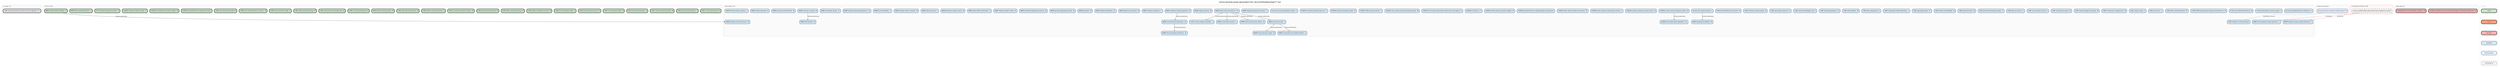
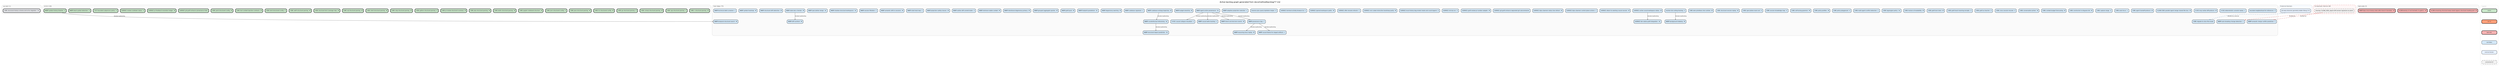
digraph backlog {
  rankdir=TB
  fontname="Helvetica"
  label="Active backlog graph generated from docs/method/backlog/*/*.md"
  labelloc=t
  fontsize=12
  node [shape=box style="rounded,filled" fontname="Helvetica" fontsize=8 margin="0.1,0.05" height=0.35]
  edge [color="#666666" arrowsize=0.5 fontname="Helvetica" fontsize=7]
  newrank=true
  ranksep=0.55
  nodesep=0.2

  subgraph cluster_up_next {
    label="up-next (1)" labeljust=l fontsize=9 fontcolor="#555555"
    style=rounded color="#cccccc" bgcolor="#fafafa"
    up_next_CORE_structural_history_schema_and_echo_migration [label="CORE-structural-history-schema-and-echo-migration - XL" fillcolor="#E5E7EB" penwidth=2]
  }

  subgraph cluster_v0_8_0 {
    label="v0.8.0 (26)" labeljust=l fontsize=9 fontcolor="#555555"
    style=rounded color="#cccccc" bgcolor="#fafafa"
    v0_8_0_CORE_c_structural_parsing [label="CORE-c-structural-parsing - M" fillcolor="#C8E6C9" penwidth=2]
    v0_8_0_CORE_cpp_structural_parsing [label="CORE-cpp-structural-parsing - L" fillcolor="#C8E6C9" penwidth=2]
    v0_8_0_CORE_csharp_structural_parsing [label="CORE-csharp-structural-parsing - M" fillcolor="#C8E6C9" penwidth=2]
    v0_8_0_CORE_go_structural_parsing [label="CORE-go-structural-parsing - S" fillcolor="#C8E6C9" penwidth=2]
    v0_8_0_CORE_hcl_structured_config [label="CORE-hcl-structured-config - M" fillcolor="#C8E6C9" penwidth=2]
    v0_8_0_CORE_java_structural_parsing [label="CORE-java-structural-parsing - M" fillcolor="#C8E6C9" penwidth=2]
    v0_8_0_CORE_json_structured_config [label="CORE-json-structured-config - S" fillcolor="#C8E6C9" penwidth=2]
    v0_8_0_CORE_jupyter_notebook_structure [label="CORE-jupyter-notebook-structure - M" fillcolor="#C8E6C9" penwidth=2]
    v0_8_0_CORE_kotlin_structural_parsing [label="CORE-kotlin-structural-parsing - M" fillcolor="#C8E6C9" penwidth=2]
    v0_8_0_CORE_php_structural_parsing [label="CORE-php-structural-parsing - M" fillcolor="#C8E6C9" penwidth=2]
    v0_8_0_CORE_pr_review_structural_summary [label="CORE-pr-review-structural-summary - M" fillcolor="#C8E6C9" penwidth=2]
    v0_8_0_CORE_python_structural_parsing [label="CORE-python-structural-parsing - S" fillcolor="#C8E6C9" penwidth=2]
    v0_8_0_CORE_ruby_structural_parsing [label="CORE-ruby-structural-parsing - M" fillcolor="#C8E6C9" penwidth=2]
    v0_8_0_CORE_shell_structural_parsing [label="CORE-shell-structural-parsing - M" fillcolor="#C8E6C9" penwidth=2]
    v0_8_0_CORE_sql_structural_parsing [label="CORE-sql-structural-parsing - M" fillcolor="#C8E6C9" penwidth=2]
    v0_8_0_CORE_structural_test_coverage_map [label="CORE-structural-test-coverage-map - M" fillcolor="#C8E6C9" penwidth=2]
    v0_8_0_CORE_swift_structural_parsing [label="CORE-swift-structural-parsing - M" fillcolor="#C8E6C9" penwidth=2]
    v0_8_0_CORE_toml_structured_config [label="CORE-toml-structured-config - S" fillcolor="#C8E6C9" penwidth=2]
    v0_8_0_CORE_tool_context_injection_contracts [label="CORE-tool-context-injection-contracts - M" fillcolor="#C8E6C9" penwidth=2]
    v0_8_0_CORE_yaml_structured_config [label="CORE-yaml-structured-config - M" fillcolor="#C8E6C9" penwidth=2]
    v0_8_0_SURFACE_git_graft_enhance_provenance_hints [label="SURFACE-git-graft-enhance-provenance-hints" fillcolor="#C8E6C9" penwidth=2]
    v0_8_0_SURFACE_pr_feedback_resolution_ledger [label="SURFACE-pr-feedback-resolution-ledger - M" fillcolor="#C8E6C9" penwidth=2]
    v0_8_0_SURFACE_review_cooldown_status [label="SURFACE-review-cooldown-status - S" fillcolor="#C8E6C9" penwidth=2]
    v0_8_0_TEST_bounded_subprocess_policy [label="TEST-bounded-subprocess-policy - S" fillcolor="#C8E6C9" penwidth=2]
    v0_8_0_WARP_dead_symbol_detection [label="WARP-dead-symbol-detection - S" fillcolor="#C8E6C9" penwidth=2]
    v0_8_0_WARP_symbol_history_timeline [label="WARP-symbol-history-timeline - S" fillcolor="#C8E6C9" penwidth=2]
  }

  subgraph cluster_bad_code {
-     label="bad-code (2)" labeljust=l fontsize=9 fontcolor="#555555"
+     label="bad-code (3)" labeljust=l fontsize=9 fontcolor="#555555"
    style=rounded color="#cccccc" bgcolor="#fafafa"
    bad_code_CLEAN_remaining_structural_warp_reads_bypass_structural_reading_port [label="CLEAN-remaining-structural-warp-reads-bypass-structural-reading-port - M" fillcolor="#F6B3B3" penwidth=2]
    bad_code_CLEAN_wesley_cli_not_hermetic_in_graft_ci [label="CLEAN-wesley-cli-not-hermetic-in-graft-ci - M" fillcolor="#F6B3B3" penwidth=2]
+     bad_code_WARP_bijou_local_history_stale_after_branch_transition [label="WARP-bijou-local-history-stale-after-branch-transition - M" fillcolor="#F6B3B3" penwidth=2]
  }

  subgraph cluster_cool_ideas {
    label="Cool Ideas (75)" labeljust=l fontsize=9 fontcolor="#555555"
    style=rounded color="#cccccc" bgcolor="#fafafa"
    cool_ideas_bounded_neighborhood_for_references [label="bounded-neighborhood-for-references - S" fillcolor="#D4E8F7" penwidth=1]
    cool_ideas_CI_001_causal_collapse_visualizer [label="CI-001-causal-collapse-visualizer - L" fillcolor="#D4E8F7" penwidth=1]
    cool_ideas_CI_002_deterministic_scenario_replay [label="CI-002-deterministic-scenario-replay - L" fillcolor="#D4E8F7" penwidth=1]
    cool_ideas_CI_003_mcp_native_diff_protocol [label="CI-003-mcp-native-diff-protocol - M" fillcolor="#D4E8F7" penwidth=1]
    cool_ideas_CLEAN_CODE_parallel_agent_merge_shared_file_loss [label="CLEAN-CODE-parallel-agent-merge-shared-file-loss - M" fillcolor="#D4E8F7" penwidth=1]
    cool_ideas_CORE_agent_handoff_protocol [label="CORE-agent-handoff-protocol - M" fillcolor="#D4E8F7" penwidth=1]
    cool_ideas_CORE_auto_focus [label="CORE-auto-focus - L" fillcolor="#D4E8F7" penwidth=1]
    cool_ideas_CORE_capture_range [label="CORE-capture-range - S" fillcolor="#D4E8F7" penwidth=1]
    cool_ideas_CORE_constructor_in_disguise_lint [label="CORE-constructor-in-disguise-lint - M" fillcolor="#D4E8F7" penwidth=1]
    cool_ideas_CORE_context_budget_forecasting [label="CORE-context-budget-forecasting - M" fillcolor="#D4E8F7" penwidth=1]
    cool_ideas_CORE_conversation_primer [label="CORE-conversation-primer - M" fillcolor="#D4E8F7" penwidth=1]
    cool_ideas_CORE_cross_session_resume [label="CORE-cross-session-resume - S" fillcolor="#D4E8F7" penwidth=1]
    cool_ideas_CORE_graft_as_teacher [label="CORE-graft-as-teacher - S" fillcolor="#D4E8F7" penwidth=1]
    cool_ideas_CORE_graft_teach_learning_receipts [label="CORE-graft-teach-learning-receipts - S" fillcolor="#D4E8F7" penwidth=1]
    cool_ideas_CORE_graft_tool_client [label="CORE-graft-tool-client - M" fillcolor="#D4E8F7" penwidth=1]
    cool_ideas_CORE_horizon_of_readability [label="CORE-horizon-of-readability - M" fillcolor="#D4E8F7" penwidth=1]
    cool_ideas_CORE_lagrangian_policy [label="CORE-lagrangian-policy - XL" fillcolor="#D4E8F7" penwidth=1]
    cool_ideas_CORE_migrate_to_slice_first_reads [label="CORE-migrate-to-slice-first-reads" fillcolor="#D4E8F7" penwidth=1]
    cool_ideas_CORE_multi_agent_conflict_detection [label="CORE-multi-agent-conflict-detection - L" fillcolor="#D4E8F7" penwidth=1]
    cool_ideas_CORE_policy_playground [label="CORE-policy-playground - S" fillcolor="#D4E8F7" penwidth=1]
    cool_ideas_CORE_policy_profiles [label="CORE-policy-profiles - M" fillcolor="#D4E8F7" penwidth=1]
    cool_ideas_CORE_self_tuning_governor [label="CORE-self-tuning-governor - M" fillcolor="#D4E8F7" penwidth=1]
    cool_ideas_CORE_session_knowledge_map [label="CORE-session-knowledge-map - S" fillcolor="#D4E8F7" penwidth=1]
    cool_ideas_CORE_speculative_read_cost [label="CORE-speculative-read-cost - S" fillcolor="#D4E8F7" penwidth=1]
    cool_ideas_CORE_structural_session_replay [label="CORE-structural-session-replay - M" fillcolor="#D4E8F7" penwidth=1]
    cool_ideas_CORE_wire_primitives_into_runtime [label="CORE-wire-primitives-into-runtime - M" fillcolor="#D4E8F7" penwidth=1]
    cool_ideas_monitor_tick_ceiling_tracking [label="monitor-tick-ceiling-tracking - S" fillcolor="#D4E8F7" penwidth=1]
    cool_ideas_SURFACE_active_causal_workspace_status [label="SURFACE-active-causal-workspace-status - M" fillcolor="#D4E8F7" penwidth=1]
    cool_ideas_SURFACE_attach_to_existing_causal_session [label="SURFACE-attach-to-existing-causal-session - M" fillcolor="#D4E8F7" penwidth=1]
    cool_ideas_SURFACE_bijou_daemon_control_plane_actions [label="SURFACE-bijou-daemon-control-plane-actions - L" fillcolor="#D4E8F7" penwidth=1]
    cool_ideas_SURFACE_bijou_daemon_status_live_refresh [label="SURFACE-bijou-daemon-status-live-refresh - M" fillcolor="#D4E8F7" penwidth=1]
    cool_ideas_SURFACE_git_graft_enhance_expanded_git_subcommands [label="SURFACE-git-graft-enhance-expanded-git-subcommands" fillcolor="#D4E8F7" penwidth=1]
    cool_ideas_SURFACE_graft_review_pr_number_adapter [label="SURFACE-graft-review-pr-number-adapter - M" fillcolor="#D4E8F7" penwidth=1]
    cool_ideas_SURFACE_ide_native_graft_integration [label="SURFACE-ide-native-graft-integration - XL" fillcolor="#D4E8F7" penwidth=1]
    cool_ideas_SURFACE_init_dry_run [label="SURFACE-init-dry-run - S" fillcolor="#D4E8F7" penwidth=1]
    cool_ideas_SURFACE_local_history_dag_render_mode_and_count_legend [label="SURFACE-local-history-dag-render-mode-and-count-legend - S" fillcolor="#D4E8F7" penwidth=1]
    cool_ideas_SURFACE_non_codex_instruction_bootstrap_parity [label="SURFACE-non-codex-instruction-bootstrap-parity - M" fillcolor="#D4E8F7" penwidth=1]
    cool_ideas_SURFACE_offer_rename_refactor [label="SURFACE-offer-rename-refactor - L" fillcolor="#D4E8F7" penwidth=1]
    cool_ideas_SURFACE_opened_workspace_paths [label="SURFACE-opened-workspace-paths - M" fillcolor="#D4E8F7" penwidth=1]
    cool_ideas_SURFACE_terminal_activity_browser_tui [label="SURFACE-terminal-activity-browser-tui - L" fillcolor="#D4E8F7" penwidth=1]
    cool_ideas_traverse_plus_query_hydration_helper [label="traverse-plus-query-hydration-helper - S" fillcolor="#D4E8F7" penwidth=1]
    cool_ideas_WARP_adaptive_projection_selection [label="WARP-adaptive-projection-selection - L" fillcolor="#D4E8F7" penwidth=1]
    cool_ideas_WARP_agent_action_provenance [label="WARP-agent-action-provenance - XL" fillcolor="#D4E8F7" penwidth=1]
    cool_ideas_WARP_auto_breaking_change_detection [label="WARP-auto-breaking-change-detection - L" fillcolor="#D4E8F7" penwidth=1]
    cool_ideas_WARP_background_indexing [label="WARP-background-indexing - M" fillcolor="#D4E8F7" penwidth=1]
    cool_ideas_WARP_budget_elasticity [label="WARP-budget-elasticity - M" fillcolor="#D4E8F7" penwidth=1]
    cool_ideas_WARP_causal_blame_for_staged_artifacts [label="WARP-causal-blame-for-staged-artifacts - L" fillcolor="#D4E8F7" penwidth=1]
    cool_ideas_WARP_causal_write_tracking [label="WARP-causal-write-tracking - L" fillcolor="#D4E8F7" penwidth=1]
    cool_ideas_WARP_codebase_entropy_trajectory [label="WARP-codebase-entropy-trajectory - M" fillcolor="#D4E8F7" penwidth=1]
    cool_ideas_WARP_codebase_signature [label="WARP-codebase-signature - L" fillcolor="#D4E8F7" penwidth=1]
    cool_ideas_WARP_counterfactual_refactoring [label="WARP-counterfactual-refactoring - XL" fillcolor="#D4E8F7" penwidth=1]
    cool_ideas_WARP_degeneracy_warning [label="WARP-degeneracy-warning - M" fillcolor="#D4E8F7" penwidth=1]
    cool_ideas_WARP_drift_sentinel [label="WARP-drift-sentinel - M" fillcolor="#D4E8F7" penwidth=1]
    cool_ideas_WARP_footprint_parallelism [label="WARP-footprint-parallelism - XL" fillcolor="#D4E8F7" penwidth=1]
    cool_ideas_WARP_graft_pack [label="WARP-graft-pack - M" fillcolor="#D4E8F7" penwidth=1]
    cool_ideas_WARP_grouped_aggregate_queries [label="WARP-grouped-aggregate-queries - M" fillcolor="#D4E8F7" penwidth=1]
    cool_ideas_WARP_intent_and_decision_events [label="WARP-intent-and-decision-events - M" fillcolor="#D4E8F7" penwidth=1]
    cool_ideas_WARP_intentional_degeneracy_privacy [label="WARP-intentional-degeneracy-privacy - M" fillcolor="#D4E8F7" penwidth=1]
    cool_ideas_WARP_minimum_viable_context [label="WARP-minimum-viable-context - M" fillcolor="#D4E8F7" penwidth=1]
    cool_ideas_WARP_outline_diff_commit_trailer [label="WARP-outline-diff-commit-trailer - S" fillcolor="#D4E8F7" penwidth=1]
    cool_ideas_WARP_projection_safety_classes [label="WARP-projection-safety-classes - M" fillcolor="#D4E8F7" penwidth=1]
    cool_ideas_WARP_provenance_dag [label="WARP-provenance-dag - L" fillcolor="#D4E8F7" penwidth=1]
    cool_ideas_WARP_reasoning_trace_replay [label="WARP-reasoning-trace-replay - M" fillcolor="#D4E8F7" penwidth=1]
    cool_ideas_WARP_rulial_heat_map [label="WARP-rulial-heat-map - L" fillcolor="#D4E8F7" penwidth=1]
    cool_ideas_WARP_semantic_drift_in_sessions [label="WARP-semantic-drift-in-sessions - M" fillcolor="#D4E8F7" penwidth=1]
    cool_ideas_WARP_semantic_merge_conflict_prediction [label="WARP-semantic-merge-conflict-prediction - L" fillcolor="#D4E8F7" penwidth=1]
    cool_ideas_WARP_session_filtration [label="WARP-session-filtration - L" fillcolor="#D4E8F7" penwidth=1]
    cool_ideas_WARP_shadow_structural_workspaces [label="WARP-shadow-structural-workspaces - XL" fillcolor="#D4E8F7" penwidth=1]
    cool_ideas_WARP_speculative_merge [label="WARP-speculative-merge - XL" fillcolor="#D4E8F7" penwidth=1]
    cool_ideas_WARP_stale_docs_checker [label="WARP-stale-docs-checker - M" fillcolor="#D4E8F7" penwidth=1]
    cool_ideas_WARP_structural_drift_detection [label="WARP-structural-drift-detection - M" fillcolor="#D4E8F7" penwidth=1]
    cool_ideas_WARP_structural_impact_prediction [label="WARP-structural-impact-prediction - XL" fillcolor="#D4E8F7" penwidth=1]
    cool_ideas_WARP_symbol_heatmap [label="WARP-symbol-heatmap - M" fillcolor="#D4E8F7" penwidth=1]
    cool_ideas_WARP_technical_debt_curvature [label="WARP-technical-debt-curvature - L" fillcolor="#D4E8F7" penwidth=1]
    cool_ideas_WARP_temporal_structural_search [label="WARP-temporal-structural-search - M" fillcolor="#D4E8F7" penwidth=1]
  }

  subgraph cluster_external {
    label="External blockers" labeljust=l fontsize=9 fontcolor="#555555"
    style=rounded color="#cccccc" bgcolor="#f8fbff"
    external_git_warp_observer_geometry_ladder__Rung_2_4_ [label="git-warp observer geometry ladder (Rung 2-4)" fillcolor="#E8F2FF" penwidth=1]
  }

  subgraph cluster_unresolved {
    label="Unresolved internal refs" labeljust=l fontsize=9 fontcolor="#555555"
    style="rounded,dashed" color="#cc3333" bgcolor="#fff7f7"
    unresolved_CLEAN_CODE_export_diff_semver_signature_as_patch [label="missing: CLEAN_CODE_export-diff-semver-signature-as-patch" fillcolor="#F2F2F2" penwidth=1 style="rounded,dashed,filled"]
  }

  cool_ideas_monitor_tick_ceiling_tracking -> cool_ideas_WARP_background_indexing [label="blocked_by/blocking"]
  cool_ideas_SURFACE_active_causal_workspace_status -> cool_ideas_SURFACE_ide_native_graft_integration [label="blocked_by/blocking"]
  cool_ideas_WARP_agent_action_provenance -> cool_ideas_CI_001_causal_collapse_visualizer [label="blocked_by/blocking"]
  cool_ideas_WARP_agent_action_provenance -> cool_ideas_WARP_causal_write_tracking [label="blocked_by/blocking"]
  cool_ideas_WARP_agent_action_provenance -> cool_ideas_WARP_intent_and_decision_events [label="blocked_by/blocking"]
  cool_ideas_WARP_agent_action_provenance -> cool_ideas_WARP_provenance_dag [label="blocked_by/blocking"]
  cool_ideas_WARP_codebase_entropy_trajectory -> cool_ideas_WARP_counterfactual_refactoring [label="blocked_by/blocking"]
  cool_ideas_WARP_counterfactual_refactoring -> cool_ideas_WARP_structural_impact_prediction [label="blocked_by/blocking"]
  cool_ideas_WARP_provenance_dag -> cool_ideas_WARP_causal_blame_for_staged_artifacts [label="blocked_by/blocking"]
  cool_ideas_WARP_provenance_dag -> cool_ideas_WARP_reasoning_trace_replay [label="blocked_by/blocking"]
  cool_ideas_WARP_stale_docs_checker -> cool_ideas_WARP_drift_sentinel [label="blocked_by/blocking"]
  external_git_warp_observer_geometry_ladder__Rung_2_4_ -> cool_ideas_CORE_migrate_to_slice_first_reads [label="blocked_by_external" style=dashed color="#4477AA"]
  unresolved_CLEAN_CODE_export_diff_semver_signature_as_patch -> cool_ideas_WARP_auto_breaking_change_detection [label="blocked_by" style=dashed color="#CC3333"]
  unresolved_CLEAN_CODE_export_diff_semver_signature_as_patch -> cool_ideas_WARP_semantic_merge_conflict_prediction [label="blocked_by" style=dashed color="#CC3333"]
  v0_8_0_WARP_symbol_history_timeline -> cool_ideas_WARP_temporal_structural_search [label="blocked_by/blocking"]

  subgraph cluster_legend {
    label="Legend" labeljust=l fontsize=8 fontcolor="#aaaaaa"
    style=rounded color="#dddddd"
    node [fontsize=7 width=1.4]
    leg_v08 [label="v0.8.0" fillcolor="#C8E6C9" penwidth=2]
    leg_v07 [label="v0.7.0" fillcolor="#FFA07A" penwidth=2]
    leg_bad [label="bad-code" fillcolor="#F6B3B3" penwidth=2]
    leg_idea [label="cool-ideas" fillcolor="#D4E8F7" penwidth=1]
    leg_external [label="external blocker" fillcolor="#E8F2FF" penwidth=1]
    leg_unresolved [label="unresolved ref" fillcolor="#F2F2F2" penwidth=1 style="rounded,dashed,filled"]
    leg_v08 -> leg_v07 [style=invis]
    leg_v07 -> leg_bad [style=invis]
    leg_bad -> leg_idea [style=invis]
    leg_idea -> leg_external [style=invis]
    leg_external -> leg_unresolved [style=invis]
  }
}
